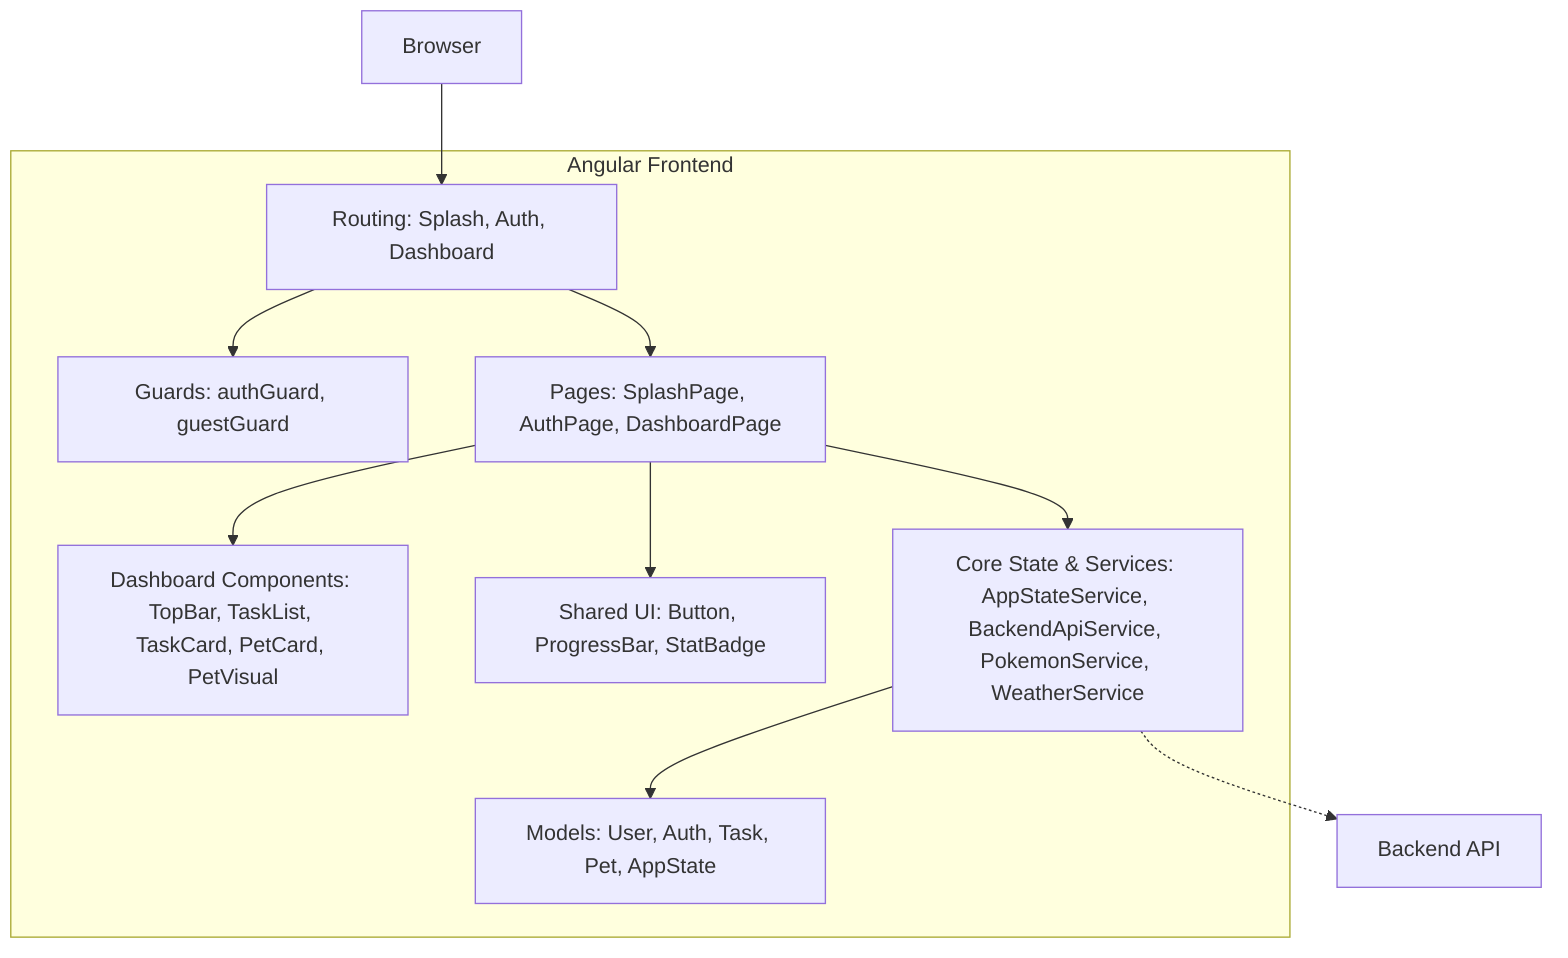
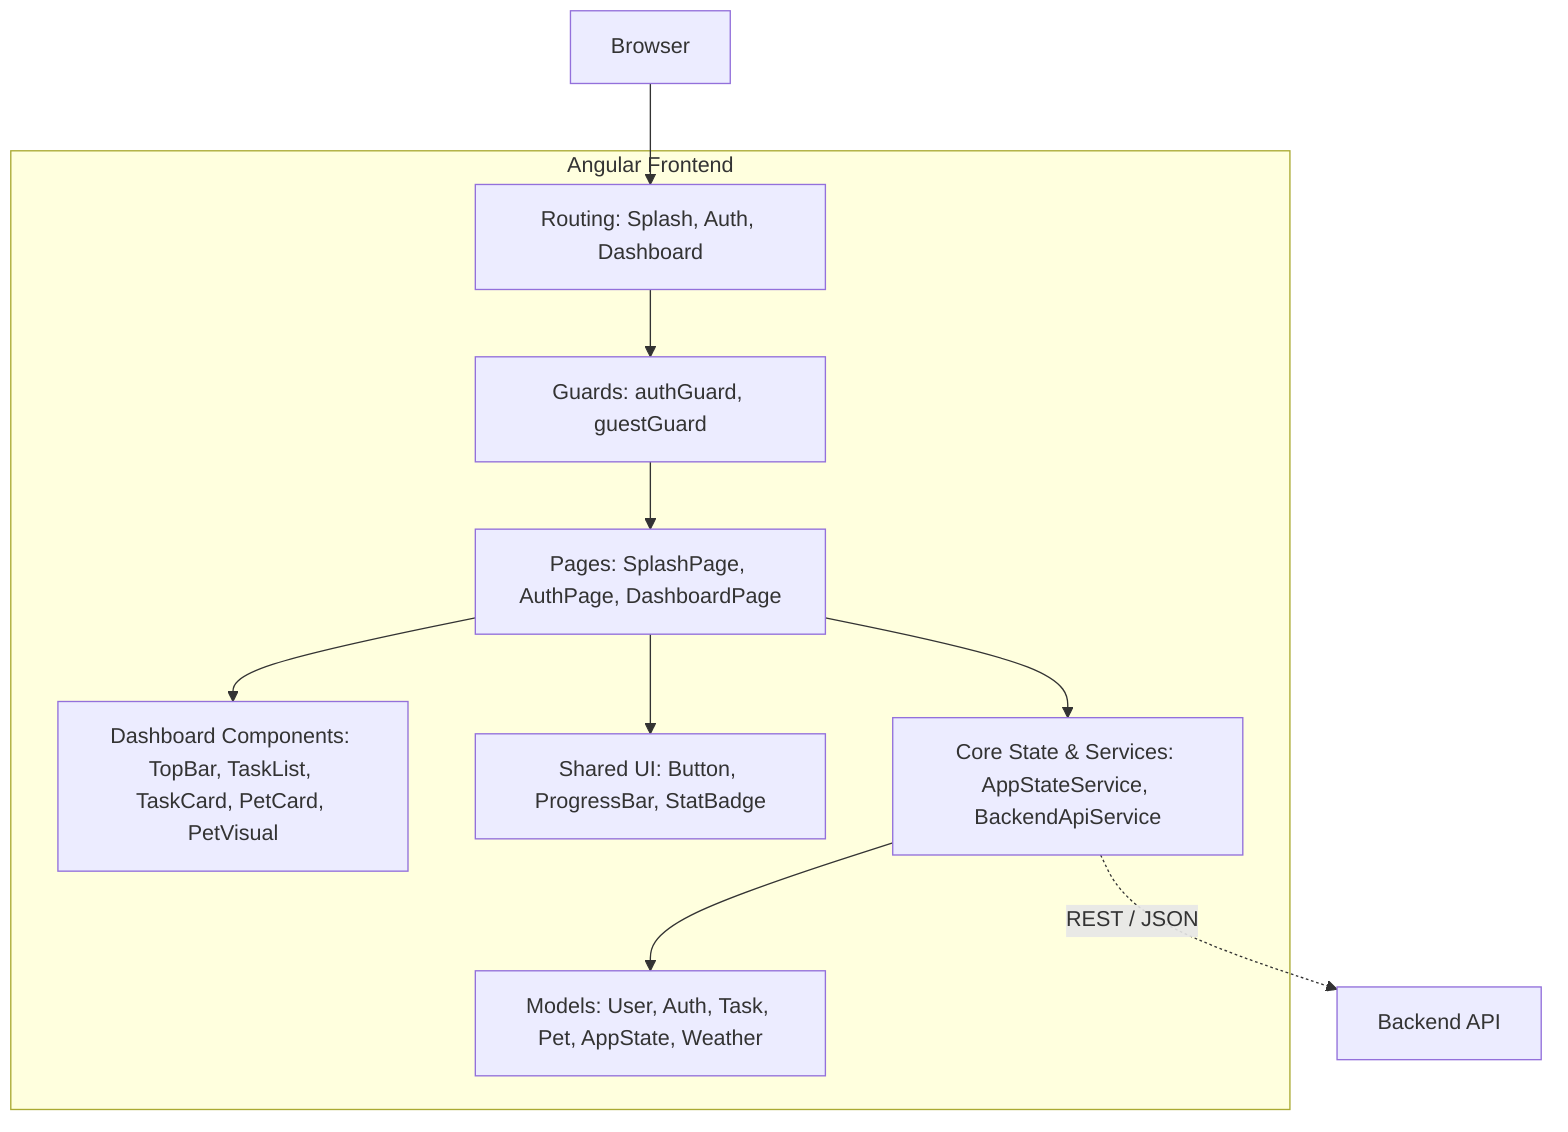
flowchart TB
    BROWSER["Browser"]

    subgraph FRONTEND["Angular Frontend"]
        ROUTES["Routing: Splash, Auth, Dashboard"]
        GUARDS["Guards: authGuard, guestGuard"]
        PAGES["Pages: SplashPage, AuthPage, DashboardPage"]
        DASH["Dashboard Components: TopBar, TaskList, TaskCard, PetCard, PetVisual"]
        UI["Shared UI: Button, ProgressBar, StatBadge"]
-         STATE["Core State & Services: AppStateService, BackendApiService, PokemonService, WeatherService"]
-         MODELS["Models: User, Auth, Task, Pet, AppState"]
+         STATE["Core State & Services: AppStateService, BackendApiService"]
+         MODELS["Models: User, Auth, Task, Pet, AppState, Weather"]
    end

    API["Backend API"]

    BROWSER --> ROUTES
    ROUTES --> GUARDS
-     ROUTES --> PAGES
+     GUARDS --> PAGES
    PAGES --> DASH
    PAGES --> UI
    PAGES --> STATE
    STATE --> MODELS
-     STATE -.-> API
+     STATE -. REST / JSON .-> API